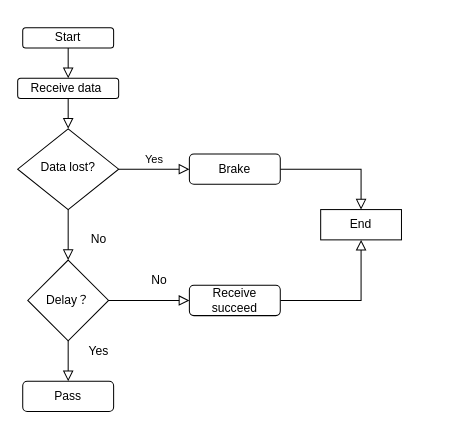
The draw.io diagram _data/Receive Diagram.drawio in swsamleo/wei_shao.github.io, before the edit. Source tidied: cells renumbered, new cells numbered last; positions are measured from the earlier drawing's top-left corner, leaving out a move shared by most shapes. Both pictures are drawn from the tidied source at 101%, with x=0, y=0 at pixel (17, 27).
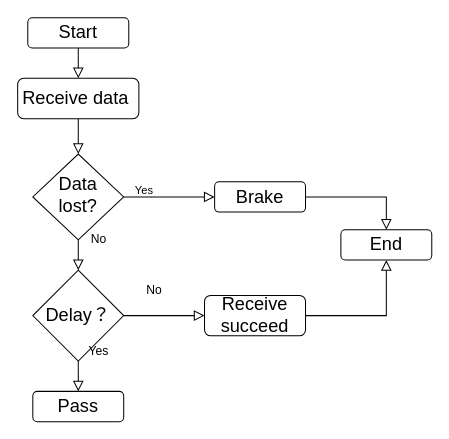
After the change.

Diff of the diagram source:
```diff
@@
-    <mxCell id="3" value="Start" style="rounded=1;whiteSpace=wrap;html=1;fontSize=12;glass=0;strokeWidth=1;shadow=0;" parent="1" vertex="1">
-      <mxGeometry x="5" width="90" height="20" as="geometry" />
+    <mxCell id="3" value="&lt;font style=&quot;font-size: 18px&quot;&gt;Start&lt;/font&gt;" style="rounded=1;whiteSpace=wrap;html=1;fontSize=12;glass=0;strokeWidth=1;shadow=0;" parent="1" vertex="1">
+      <mxGeometry x="10" y="-10" width="100" height="30" as="geometry" />
     </mxCell>
     <mxCell id="4" value="Yes" style="edgeStyle=orthogonalEdgeStyle;rounded=0;html=1;jettySize=auto;fontSize=11;endArrow=block;endFill=0;endSize=8;strokeWidth=1;shadow=0;labelBackgroundColor=none;" parent="1" edge="1" source="6" target="8">
-      <mxGeometry y="10" relative="1" as="geometry" />
+      <mxGeometry x="-0.56" y="8" relative="1" as="geometry">
+        <Array as="points">
+          <mxPoint x="170" y="168" />
+          <mxPoint x="170" y="168" />
+        </Array>
+        <mxPoint y="1" as="offset" />
+      </mxGeometry>
     </mxCell>
@@
-    <mxCell id="6" value="Data lost?" style="rhombus;whiteSpace=wrap;html=1;shadow=0;fontFamily=Helvetica;fontSize=12;align=center;strokeWidth=1;spacing=6;spacingTop=-4;" parent="1" vertex="1">
-      <mxGeometry y="100" width="100" height="80" as="geometry" />
+    <mxCell id="6" value="&lt;font style=&quot;font-size: 18px&quot;&gt;Data lost?&lt;/font&gt;" style="rhombus;whiteSpace=wrap;html=1;shadow=0;fontFamily=Helvetica;fontSize=12;align=center;strokeWidth=1;spacing=6;spacingTop=-4;direction=south;" parent="1" vertex="1">
+      <mxGeometry x="15" y="125" width="90" height="85" as="geometry" />
     </mxCell>
@@
-    <mxCell id="8" value="Brake" style="rounded=1;whiteSpace=wrap;html=1;fontSize=12;glass=0;strokeWidth=1;shadow=0;" parent="1" vertex="1">
-      <mxGeometry x="170" y="125" width="90" height="30" as="geometry" />
+    <mxCell id="8" value="&lt;font style=&quot;font-size: 18px&quot;&gt;Brake&lt;/font&gt;" style="rounded=1;whiteSpace=wrap;html=1;fontSize=12;glass=0;strokeWidth=1;shadow=0;" parent="1" vertex="1">
+      <mxGeometry x="195" y="152.5" width="90" height="30" as="geometry" />
     </mxCell>
@@
-    <mxCell id="10" value="Receive data&amp;nbsp;" style="rounded=1;whiteSpace=wrap;html=1;" parent="1" vertex="1">
-      <mxGeometry y="50" width="100" height="20" as="geometry" />
+    <mxCell id="10" value="&lt;font style=&quot;font-size: 18px&quot;&gt;Receive data&amp;nbsp;&lt;/font&gt;" style="rounded=1;whiteSpace=wrap;html=1;" parent="1" vertex="1">
+      <mxGeometry y="50" width="120" height="40" as="geometry" />
     </mxCell>
@@
-    <mxCell id="14" value="Delay？" style="rhombus;whiteSpace=wrap;html=1;" parent="1" vertex="1">
-      <mxGeometry x="10" y="230" width="80" height="80" as="geometry" />
+    <mxCell id="14" value="&lt;font style=&quot;font-size: 18px&quot;&gt;Delay？&lt;/font&gt;" style="rhombus;whiteSpace=wrap;html=1;" parent="1" vertex="1">
+      <mxGeometry x="15" y="240" width="90" height="90" as="geometry" />
     </mxCell>
     <mxCell id="15" value="No" style="text;html=1;align=center;verticalAlign=middle;strokeColor=none;fillColor=none;" parent="1" vertex="1">
-      <mxGeometry x="125" y="240" width="30" height="20" as="geometry" />
+      <mxGeometry x="120" y="250" width="30" height="20" as="geometry" />
     </mxCell>
@@
-    <mxCell id="17" value="Receive succeed" style="rounded=1;whiteSpace=wrap;html=1;" parent="1" vertex="1">
-      <mxGeometry x="170" y="255" width="90" height="30" as="geometry" />
+    <mxCell id="17" value="&lt;font style=&quot;font-size: 18px&quot;&gt;Receive succeed&lt;/font&gt;" style="rounded=1;whiteSpace=wrap;html=1;" parent="1" vertex="1">
+      <mxGeometry x="185" y="265" width="100" height="40" as="geometry" />
     </mxCell>
-    <mxCell id="18" value="Pass" style="rounded=1;whiteSpace=wrap;html=1;" parent="1" vertex="1">
-      <mxGeometry x="5" y="350" width="90" height="30" as="geometry" />
+    <mxCell id="18" value="&lt;font style=&quot;font-size: 18px&quot;&gt;Pass&lt;/font&gt;" style="rounded=1;whiteSpace=wrap;html=1;" parent="1" vertex="1">
+      <mxGeometry x="15" y="360" width="90" height="30" as="geometry" />
     </mxCell>
@@
-    <mxCell id="20" value="End" style="whiteSpace=wrap;html=1;" parent="1" vertex="1">
-      <mxGeometry x="300" y="180" width="80" height="30" as="geometry" />
+    <mxCell id="20" value="End" style="rounded=1;whiteSpace=wrap;html=1;fontSize=18;" parent="1" vertex="1">
+      <mxGeometry x="320" y="200" width="90" height="30" as="geometry" />
     </mxCell>
```
